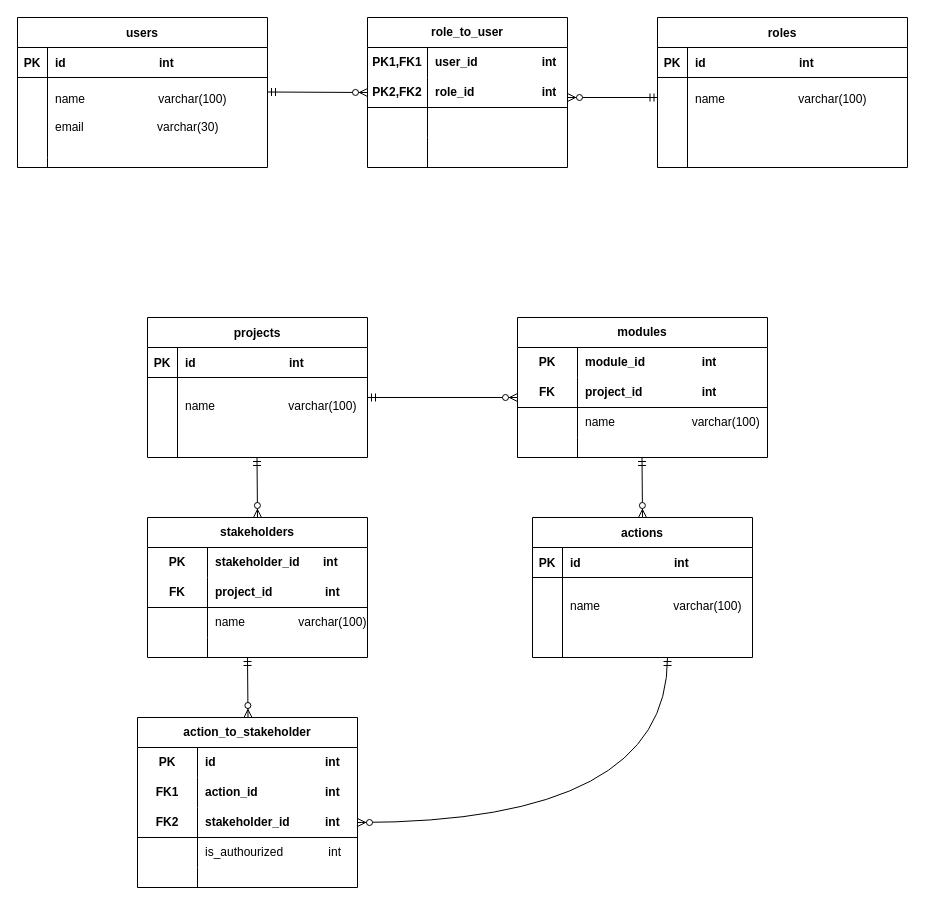
Above: 未命名绘图.drawio in KrisTanyyc/project-manager-yyc (draw.io), before the change. Source tidied: cells renumbered, new cells numbered last; positions are measured from the earlier drawing's top-left corner, leaving out a move shared by most shapes. Both pictures are drawn from the tidied source at 100%, with x=0, y=0 at pixel (17, 17).
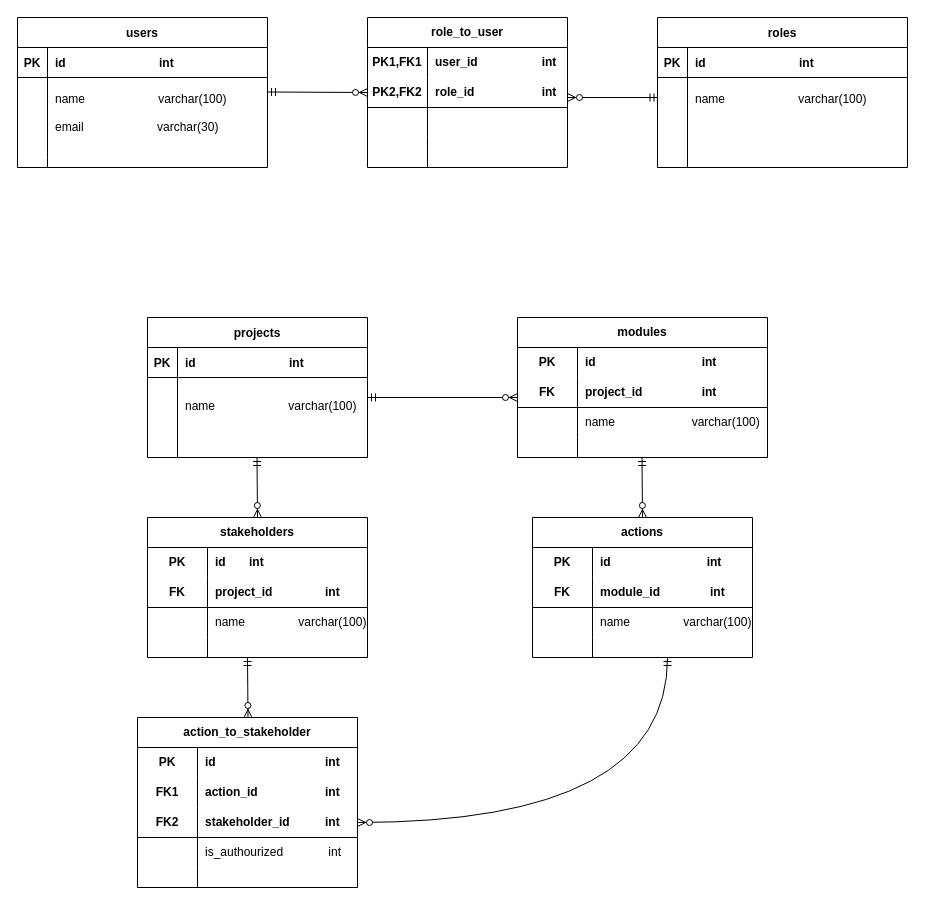
After the change.

The change refers to these unchanged cells:
```xml
<mxCell id="39" style="shape=tableRow;horizontal=0;startSize=0;swimlaneHead=0;swimlaneBody=0;fillColor=none;top=0;left=0;right=0;bottom=0;html=1;" parent="38" vertex="1">
  <mxGeometry y="30" width="250" height="30" as="geometry" />
</mxCell>
<mxCell id="56" style="shape=tableRow;horizontal=0;startSize=0;swimlaneHead=0;swimlaneBody=0;fillColor=none;top=0;left=0;right=0;bottom=0;html=1;" parent="55" vertex="1">
  <mxGeometry y="30" width="220" height="30" as="geometry" />
</mxCell>
```

What changed in the source:
```diff
@@
-    <mxCell id="41" value="module_id&lt;span style=&quot;white-space: pre;&quot;&gt;&#9;&lt;/span&gt;&lt;span style=&quot;white-space: pre;&quot;&gt;&#9;&amp;nbsp;&lt;/span&gt;&amp;nbsp; int" style="shape=partialRectangle;fillColor=none;top=0;left=0;bottom=0;right=0;align=left;spacingLeft=6;fontStyle=1;overflow=hidden;html=1;whiteSpace=wrap;" parent="39" vertex="1">
+    <mxCell id="41" value="id&lt;span style=&quot;white-space: pre;&quot;&gt;&#9;&lt;/span&gt;&lt;span style=&quot;white-space: pre;&quot;&gt;&#9;&amp;nbsp;&lt;/span&gt;&amp;nbsp; &amp;nbsp; &amp;nbsp; &amp;nbsp; &amp;nbsp; &amp;nbsp; &amp;nbsp; &amp;nbsp; &amp;nbsp; int" style="shape=partialRectangle;fillColor=none;top=0;left=0;bottom=0;right=0;align=left;spacingLeft=6;fontStyle=1;overflow=hidden;html=1;whiteSpace=wrap;" parent="39" vertex="1">
       <mxGeometry x="60" width="190" height="30" as="geometry" />
     </mxCell>
@@
-    <mxCell id="58" value="stakeholder_id&amp;nbsp; &amp;nbsp; &amp;nbsp; &amp;nbsp;int" style="shape=partialRectangle;fillColor=none;top=0;left=0;bottom=0;right=0;align=left;spacingLeft=6;fontStyle=1;overflow=hidden;html=1;whiteSpace=wrap;" parent="56" vertex="1">
+    <mxCell id="58" value="id&amp;nbsp; &amp;nbsp; &amp;nbsp; &amp;nbsp;int" style="shape=partialRectangle;fillColor=none;top=0;left=0;bottom=0;right=0;align=left;spacingLeft=6;fontStyle=1;overflow=hidden;html=1;whiteSpace=wrap;" parent="56" vertex="1">
       <mxGeometry x="60" width="160" height="30" as="geometry" />
     </mxCell>
@@
-    <mxCell id="69" value="actions" style="shape=table;startSize=30;childLayout=tableLayout;rowLines=0;fontStyle=1;align=center;" parent="1" vertex="1">
-      <mxGeometry x="515" y="500" width="220" height="140" as="geometry" />
-    </mxCell>
-    <mxCell id="70" style="shape=partialRectangle;fillColor=none;top=0;left=0;right=0;bottom=1;" parent="69" vertex="1">
-      <mxGeometry y="30" width="220" height="30" as="geometry" />
-    </mxCell>
-    <mxCell id="71" value="PK" style="shape=partialRectangle;overflow=hidden;fillColor=none;top=0;left=0;bottom=0;right=0;fontStyle=1;" parent="70" vertex="1">
-      <mxGeometry width="30" height="30" as="geometry" />
-    </mxCell>
-    <mxCell id="72" value="id                            int" style="shape=partialRectangle;overflow=hidden;fillColor=none;top=0;left=0;bottom=0;right=0;align=left;spacingLeft=6;fontStyle=1;" parent="70" vertex="1">
-      <mxGeometry x="30" width="190" height="30" as="geometry" />
-    </mxCell>
-    <mxCell id="73" style="shape=partialRectangle;fillColor=none;top=0;left=0;right=0;bottom=0;" parent="69" vertex="1">
-      <mxGeometry y="60" width="220" height="70" as="geometry" />
-    </mxCell>
-    <mxCell id="74" style="shape=partialRectangle;overflow=hidden;fillColor=none;top=0;left=0;bottom=0;right=0;" parent="73" vertex="1">
-      <mxGeometry width="30" height="70" as="geometry" />
-    </mxCell>
-    <mxCell id="75" value="name                      varchar(100)&#10;" style="shape=partialRectangle;overflow=hidden;fillColor=none;top=0;left=0;bottom=0;right=0;align=left;spacingLeft=6;" parent="73" vertex="1">
-      <mxGeometry x="30" width="190" height="70" as="geometry" />
-    </mxCell>
-    <mxCell id="76" style="endArrow=none;html=1;rounded=0;" parent="1" edge="1">
-      <mxGeometry relative="1" as="geometry">
-        <mxPoint x="545" y="640" as="sourcePoint" />
-        <mxPoint x="545" y="550" as="targetPoint" />
-      </mxGeometry>
-    </mxCell>
@@
+    <mxCell id="69" value="actions" style="shape=table;startSize=30;childLayout=tableLayout;rowLines=0;fontStyle=1;align=center;html=1;whiteSpace=wrap;" parent="1" vertex="1">
+      <mxGeometry x="515" y="500" width="220" height="140" as="geometry" />
+    </mxCell>
+    <mxCell id="96" style="shape=tableRow;horizontal=0;startSize=0;swimlaneHead=0;swimlaneBody=0;fillColor=none;top=0;left=0;right=0;bottom=0;html=1;" parent="69" vertex="1">
+      <mxGeometry y="30" width="220" height="30" as="geometry" />
+    </mxCell>
+    <mxCell id="71" value="PK" style="shape=partialRectangle;fillColor=none;top=0;left=0;bottom=0;right=0;fontStyle=1;overflow=hidden;html=1;whiteSpace=wrap;" parent="96" vertex="1">
+      <mxGeometry width="60" height="30" as="geometry" />
+    </mxCell>
+    <mxCell id="72" value="id&amp;nbsp; &amp;nbsp; &amp;nbsp; &amp;nbsp;&lt;span style=&quot;white-space: pre;&quot;&gt;&#9;&lt;/span&gt;&lt;span style=&quot;white-space: pre;&quot;&gt;&#9;&lt;/span&gt;&lt;span style=&quot;white-space: pre;&quot;&gt;&#9;&lt;/span&gt;int" style="shape=partialRectangle;fillColor=none;top=0;left=0;bottom=0;right=0;align=left;spacingLeft=6;fontStyle=1;overflow=hidden;html=1;whiteSpace=wrap;" parent="96" vertex="1">
+      <mxGeometry x="60" width="160" height="30" as="geometry" />
+    </mxCell>
+    <mxCell id="97" style="shape=tableRow;horizontal=0;startSize=0;swimlaneHead=0;swimlaneBody=0;fillColor=none;top=0;left=0;right=0;bottom=1;html=1;" parent="69" vertex="1">
+      <mxGeometry y="60" width="220" height="30" as="geometry" />
+    </mxCell>
+    <mxCell id="98" value="FK" style="shape=partialRectangle;fillColor=none;top=0;left=0;bottom=0;right=0;fontStyle=1;overflow=hidden;html=1;whiteSpace=wrap;" parent="97" vertex="1">
+      <mxGeometry width="60" height="30" as="geometry" />
+    </mxCell>
+    <mxCell id="99" value="module_id&lt;span style=&quot;white-space: pre;&quot;&gt;&#9;&lt;/span&gt;&amp;nbsp; &amp;nbsp; &amp;nbsp; &amp;nbsp; &amp;nbsp;int" style="shape=partialRectangle;fillColor=none;top=0;left=0;bottom=0;right=0;align=left;spacingLeft=6;fontStyle=1;overflow=hidden;html=1;whiteSpace=wrap;" parent="97" vertex="1">
+      <mxGeometry x="60" width="160" height="30" as="geometry" />
+    </mxCell>
+    <mxCell id="100" style="shape=tableRow;horizontal=0;startSize=0;swimlaneHead=0;swimlaneBody=0;fillColor=none;top=0;left=0;right=0;bottom=0;html=1;" parent="69" vertex="1">
+      <mxGeometry y="90" width="220" height="30" as="geometry" />
+    </mxCell>
+    <mxCell id="101" style="shape=partialRectangle;fillColor=none;top=0;left=0;bottom=0;right=0;overflow=hidden;html=1;whiteSpace=wrap;" parent="100" vertex="1">
+      <mxGeometry width="60" height="30" as="geometry" />
+    </mxCell>
+    <mxCell id="75" value="name&lt;span style=&quot;white-space: pre;&quot;&gt;&#9;&lt;/span&gt;&lt;span style=&quot;white-space: pre;&quot;&gt;&#9;&lt;/span&gt;&amp;nbsp;varchar(100)" style="shape=partialRectangle;fillColor=none;top=0;left=0;bottom=0;right=0;align=left;spacingLeft=6;overflow=hidden;html=1;whiteSpace=wrap;" parent="100" vertex="1">
+      <mxGeometry x="60" width="160" height="30" as="geometry" />
+    </mxCell>
+    <mxCell id="102" style="shape=tableRow;horizontal=0;startSize=0;swimlaneHead=0;swimlaneBody=0;fillColor=none;top=0;left=0;right=0;bottom=0;html=1;" parent="69" vertex="1">
+      <mxGeometry y="120" width="220" height="20" as="geometry" />
+    </mxCell>
+    <mxCell id="103" style="shape=partialRectangle;fillColor=none;top=0;left=0;bottom=0;right=0;overflow=hidden;html=1;whiteSpace=wrap;" parent="102" vertex="1">
+      <mxGeometry width="60" height="20" as="geometry" />
+    </mxCell>
+    <mxCell id="104" style="shape=partialRectangle;fillColor=none;top=0;left=0;bottom=0;right=0;align=left;spacingLeft=6;overflow=hidden;html=1;whiteSpace=wrap;" parent="102" vertex="1">
+      <mxGeometry x="60" width="160" height="20" as="geometry" />
+    </mxCell>
```
